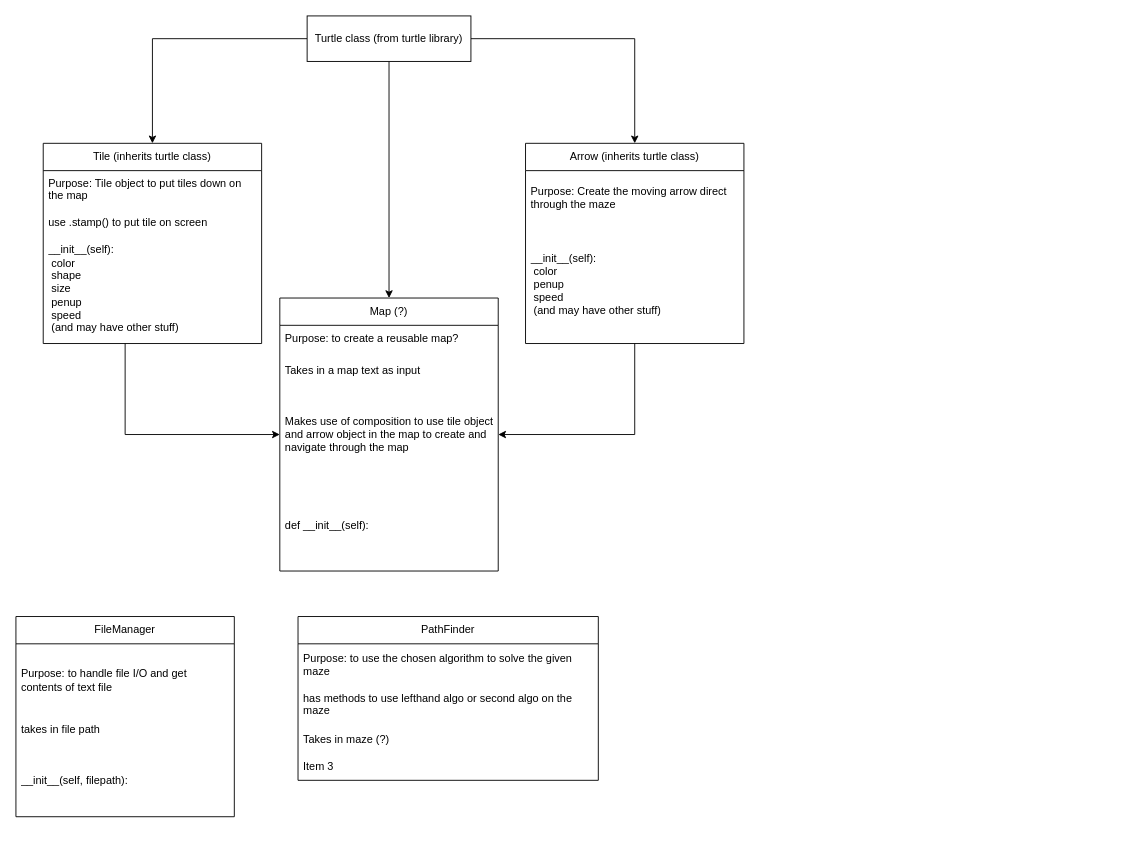
junnjiee16/ST1507-DSAA-Maze-Solver keeps this draw.io diagram as diagrams/program_diagrams.drawio. Above is the earlier version. Source tidied: cells renumbered, new cells numbered last; positions are measured from the earlier drawing's top-left corner, leaving out a move shared by most shapes. Both pictures are drawn from the tidied source at 91%, with x=0, y=0 at pixel (15, 15).
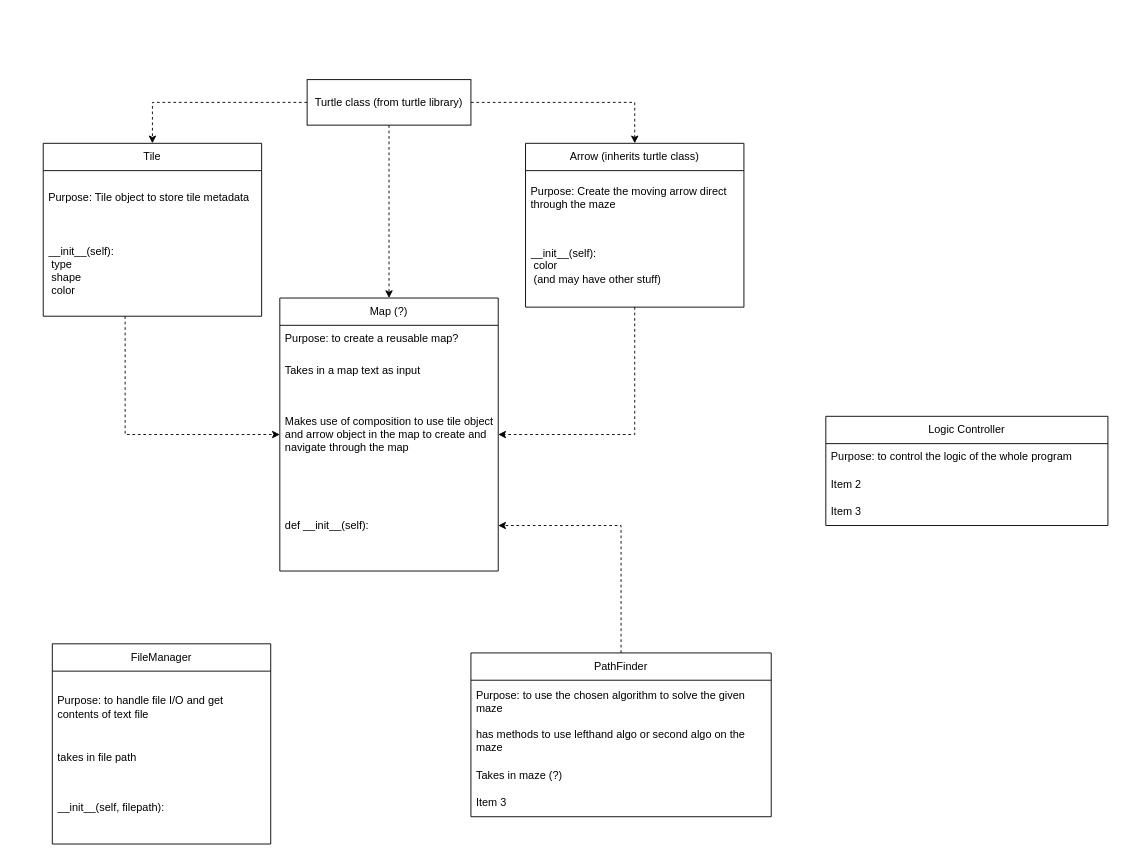
The same page after the edit.

The change refers to these unchanged cells:
```xml
<mxCell id="14" value="Map (?)" style="swimlane;fontStyle=0;horizontal=1;startSize=30;whiteSpace=wrap;html=1;" parent="1" vertex="1">
  <mxGeometry x="290" y="310" width="240" height="300" as="geometry" />
</mxCell>
<mxCell id="17" value="Makes use of composition to use tile object and arrow object in the map to create and navigate through the map" style="text;strokeColor=none;fillColor=none;align=left;verticalAlign=middle;spacingLeft=4;spacingRight=4;overflow=hidden;points=[[0,0.5],[1,0.5]];portConstraint=eastwest;whiteSpace=wrap;html=1;" parent="14" vertex="1">
  <mxGeometry y="100" width="240" height="100" as="geometry" />
</mxCell>
<mxCell id="18" value="def __init__(self):" style="text;strokeColor=none;fillColor=none;align=left;verticalAlign=middle;spacingLeft=4;spacingRight=4;overflow=hidden;points=[[0,0.5],[1,0.5]];portConstraint=eastwest;whiteSpace=wrap;html=1;" parent="14" vertex="1">
  <mxGeometry y="200" width="240" height="100" as="geometry" />
</mxCell>
```

Change to the diagram source:
```diff
@@
-    <mxCell id="2" style="edgeStyle=orthogonalEdgeStyle;rounded=0;jettySize=auto;html=1;" parent="1" edge="1" source="3" target="17">
+    <mxCell id="2" style="edgeStyle=orthogonalEdgeStyle;rounded=0;jettySize=auto;html=1;dashed=1;" parent="1" edge="1" source="3" target="17">
       <mxGeometry relative="1" as="geometry">
         <Array as="points">
           <mxPoint x="120" y="460" />
         </Array>
       </mxGeometry>
     </mxCell>
-    <mxCell id="3" value="Tile (inherits turtle class)" style="swimlane;fontStyle=0;horizontal=1;startSize=30;whiteSpace=wrap;html=1;" parent="1" vertex="1">
-      <mxGeometry x="30" y="140" width="240" height="220" as="geometry" />
+    <mxCell id="3" value="Tile" style="swimlane;fontStyle=0;horizontal=1;startSize=30;whiteSpace=wrap;html=1;" parent="1" vertex="1">
+      <mxGeometry x="30" y="140" width="240" height="190" as="geometry" />
     </mxCell>
-    <mxCell id="4" value="Purpose: Tile object to put tiles down on the map&lt;br&gt;&lt;br&gt;use .stamp() to put tile on screen" style="text;strokeColor=none;fillColor=none;align=left;verticalAlign=middle;spacingLeft=4;spacingRight=4;overflow=hidden;whiteSpace=wrap;html=1;" parent="3" vertex="1">
-      <mxGeometry y="30" width="240" height="70" as="geometry" />
+    <mxCell id="4" value="Purpose: Tile object to store tile metadata" style="text;strokeColor=none;fillColor=none;align=left;verticalAlign=middle;spacingLeft=4;spacingRight=4;overflow=hidden;whiteSpace=wrap;html=1;" parent="3" vertex="1">
+      <mxGeometry y="30" width="240" height="60" as="geometry" />
     </mxCell>
-    <mxCell id="5" value="__init__(self):&lt;br&gt;&lt;span style=&quot;white-space: pre;&quot;&gt; &lt;/span&gt;color&lt;br&gt;&lt;span style=&quot;white-space: pre;&quot;&gt; &lt;/span&gt;shape&lt;br&gt;&lt;span style=&quot;white-space: pre;&quot;&gt; &lt;/span&gt;size&lt;br&gt;&lt;span style=&quot;white-space: pre;&quot;&gt; &lt;/span&gt;penup&lt;br&gt;&lt;span style=&quot;white-space: pre;&quot;&gt; &lt;/span&gt;speed&lt;br&gt;&lt;span style=&quot;white-space: pre;&quot;&gt; &lt;/span&gt;(and may have other stuff)" style="text;strokeColor=none;fillColor=none;align=left;verticalAlign=middle;spacingLeft=4;spacingRight=4;overflow=hidden;whiteSpace=wrap;html=1;" parent="3" vertex="1">
-      <mxGeometry y="100" width="240" height="120" as="geometry" />
+    <mxCell id="5" value="__init__(self):&lt;br&gt;&lt;span style=&quot;white-space: pre;&quot;&gt; &lt;/span&gt;type&lt;br&gt;&lt;span style=&quot;white-space: pre;&quot;&gt; &lt;/span&gt;shape&lt;br&gt;&lt;span style=&quot;white-space: pre;&quot;&gt; color&lt;/span&gt;" style="text;strokeColor=none;fillColor=none;align=left;verticalAlign=middle;spacingLeft=4;spacingRight=4;overflow=hidden;whiteSpace=wrap;html=1;" parent="3" vertex="1">
+      <mxGeometry y="90" width="240" height="100" as="geometry" />
     </mxCell>
-    <mxCell id="6" style="edgeStyle=orthogonalEdgeStyle;rounded=0;jettySize=auto;html=1;" parent="1" edge="1" source="9" target="3">
+    <mxCell id="6" style="edgeStyle=orthogonalEdgeStyle;rounded=0;jettySize=auto;html=1;dashed=1;" parent="1" edge="1" source="9" target="3">
       <mxGeometry relative="1" as="geometry" />
     </mxCell>
-    <mxCell id="7" style="edgeStyle=orthogonalEdgeStyle;rounded=0;jettySize=auto;html=1;" parent="1" edge="1" source="9" target="11">
+    <mxCell id="7" style="edgeStyle=orthogonalEdgeStyle;rounded=0;jettySize=auto;html=1;dashed=1;" parent="1" edge="1" source="9" target="11">
       <mxGeometry relative="1" as="geometry" />
     </mxCell>
-    <mxCell id="8" style="edgeStyle=orthogonalEdgeStyle;rounded=0;jettySize=auto;html=1;entryX=0.5;entryY=0;entryDx=0;entryDy=0;" parent="1" edge="1" source="9" target="14">
+    <mxCell id="8" style="edgeStyle=orthogonalEdgeStyle;rounded=0;jettySize=auto;html=1;entryX=0.5;entryY=0;entryDx=0;entryDy=0;dashed=1;" parent="1" edge="1" source="9" target="14">
       <mxGeometry relative="1" as="geometry" />
     </mxCell>
     <mxCell id="9" value="Turtle class (from turtle library)" style="rounded=0;whiteSpace=wrap;html=1;" parent="1" vertex="1">
-      <mxGeometry x="320" width="180" height="50" as="geometry" />
+      <mxGeometry x="320" y="70" width="180" height="50" as="geometry" />
     </mxCell>
-    <mxCell id="10" style="edgeStyle=orthogonalEdgeStyle;rounded=0;jettySize=auto;html=1;" parent="1" edge="1" source="11" target="17">
+    <mxCell id="10" style="edgeStyle=orthogonalEdgeStyle;rounded=0;jettySize=auto;html=1;dashed=1;" parent="1" edge="1" source="11" target="17">
       <mxGeometry relative="1" as="geometry" />
     </mxCell>
     <mxCell id="11" value="Arrow (inherits turtle class)" style="swimlane;fontStyle=0;horizontal=1;startSize=30;whiteSpace=wrap;html=1;" parent="1" vertex="1">
-      <mxGeometry x="560" y="140" width="240" height="220" as="geometry" />
+      <mxGeometry x="560" y="140" width="240" height="180" as="geometry" />
     </mxCell>
@@
-    <mxCell id="13" value="__init__(self):&lt;br&gt;&lt;span style=&quot;white-space: pre;&quot;&gt; &lt;/span&gt;color&lt;br&gt;&lt;span style=&quot;white-space: pre;&quot;&gt; &lt;/span&gt;penup&lt;br&gt;&lt;span style=&quot;white-space: pre;&quot;&gt; &lt;/span&gt;speed&lt;br&gt;&lt;span style=&quot;white-space: pre;&quot;&gt; &lt;/span&gt;(and may have other stuff)" style="text;strokeColor=none;fillColor=none;align=left;verticalAlign=middle;spacingLeft=4;spacingRight=4;overflow=hidden;whiteSpace=wrap;html=1;" parent="11" vertex="1">
-      <mxGeometry y="90" width="240" height="130" as="geometry" />
+    <mxCell id="13" value="__init__(self):&lt;br&gt;&lt;span style=&quot;white-space: pre;&quot;&gt; &lt;/span&gt;color&lt;br&gt;&lt;span style=&quot;white-space: pre;&quot;&gt; &lt;/span&gt;(and may have other stuff)" style="text;strokeColor=none;fillColor=none;align=left;verticalAlign=middle;spacingLeft=4;spacingRight=4;overflow=hidden;whiteSpace=wrap;html=1;" parent="11" vertex="1">
+      <mxGeometry y="90" width="240" height="90" as="geometry" />
     </mxCell>
@@
     <mxCell id="19" value="FileManager" style="swimlane;fontStyle=0;horizontal=1;startSize=30;whiteSpace=wrap;html=1;" parent="1" vertex="1">
-      <mxGeometry y="660" width="240" height="220" as="geometry" />
+      <mxGeometry x="40" y="690" width="240" height="220" as="geometry" />
     </mxCell>
@@
+    <mxCell id="27" style="edgeStyle=orthogonalEdgeStyle;rounded=0;jettySize=auto;html=1;dashed=1;" parent="1" edge="1" source="23" target="18">
+      <mxGeometry relative="1" as="geometry" />
+    </mxCell>
     <mxCell id="23" value="PathFinder" style="swimlane;fontStyle=0;horizontal=1;startSize=30;whiteSpace=wrap;html=1;" parent="1" vertex="1">
-      <mxGeometry x="310" y="660" width="330" height="180" as="geometry" />
+      <mxGeometry x="500" y="700" width="330" height="180" as="geometry" />
     </mxCell>
@@
+    <mxCell id="28" value="Logic Controller" style="swimlane;fontStyle=0;horizontal=1;startSize=30;whiteSpace=wrap;html=1;" parent="1" vertex="1">
+      <mxGeometry x="890" y="440" width="310" height="120" as="geometry" />
+    </mxCell>
+    <mxCell id="29" value="Purpose: to control the logic of the whole program" style="text;strokeColor=none;fillColor=none;align=left;verticalAlign=middle;spacingLeft=4;spacingRight=4;overflow=hidden;whiteSpace=wrap;html=1;" parent="28" vertex="1">
+      <mxGeometry y="30" width="310" height="30" as="geometry" />
+    </mxCell>
+    <mxCell id="30" value="Item 2" style="text;strokeColor=none;fillColor=none;align=left;verticalAlign=middle;spacingLeft=4;spacingRight=4;overflow=hidden;whiteSpace=wrap;html=1;" parent="28" vertex="1">
+      <mxGeometry y="60" width="310" height="30" as="geometry" />
+    </mxCell>
+    <mxCell id="31" value="Item 3" style="text;strokeColor=none;fillColor=none;align=left;verticalAlign=middle;spacingLeft=4;spacingRight=4;overflow=hidden;whiteSpace=wrap;html=1;" parent="28" vertex="1">
+      <mxGeometry y="90" width="310" height="30" as="geometry" />
+    </mxCell>
```
